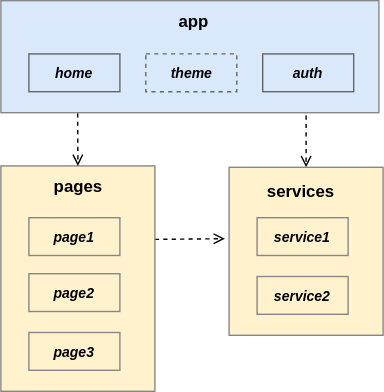
MalcomChumchouaPenda/Pigal-Flask keeps this draw.io diagram as docs/diagrams/pigal_project_architecture.drawio.svg. Above is the earlier version. Source tidied: cells renumbered, new cells last; positions are measured from the earlier drawing's top-left corner, leaving out a move shared by most shapes.
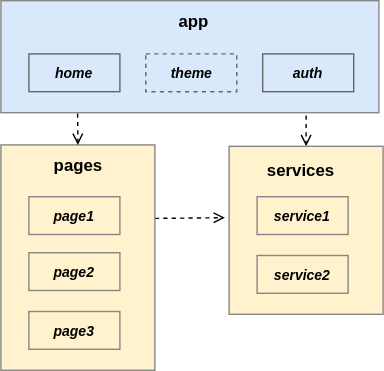
Above is the later version.

Change to the diagram source:
```diff
@@ -14,18 +14,16 @@
     <mxCell id="4" value="pages" style="text;html=1;strokeColor=none;fillColor=none;align=center;verticalAlign=middle;whiteSpace=wrap;rounded=0;fontStyle=1;fontSize=12;" parent="1" vertex="1">
       <mxGeometry x="30" y="118" width="51" height="30" as="geometry" />
     </mxCell>
-    <mxCell id="5" style="rounded=0;jettySize=auto;html=1;dashed=1;endArrow=open;endFill=0;fontSize=12;entryX=0.5;entryY=0;entryDx=0;entryDy=0;exitX=0.23;exitY=1.014;exitDx=0;exitDy=0;startArrow=none;startFill=0;exitPerimeter=0;edgeStyle=orthogonalEdgeStyle;" parent="1" edge="1" target="3">
-      <mxGeometry relative="1" as="geometry">
-        <mxPoint x="54.8" y="80.4" as="sourcePoint" />
-      </mxGeometry>
+    <mxCell id="5" style="rounded=0;jettySize=auto;html=1;dashed=1;endArrow=open;endFill=0;fontSize=12;entryX=0.5;entryY=0;entryDx=0;entryDy=0;startArrow=none;startFill=0;edgeStyle=orthogonalEdgeStyle;exitX=0.203;exitY=1.007;exitDx=0;exitDy=0;exitPerimeter=0;" parent="1" edge="1" source="7" target="3">
+      <mxGeometry relative="1" as="geometry" />
     </mxCell>
     <mxCell id="6" style="rounded=0;jettySize=auto;html=1;entryX=0.5;entryY=0;entryDx=0;entryDy=0;endArrow=open;endFill=0;dashed=1;startArrow=none;startFill=0;" parent="1" edge="1" target="8">
       <mxGeometry relative="1" as="geometry">
-        <mxPoint x="218" y="82" as="sourcePoint" />
+        <mxPoint x="218" y="97" as="sourcePoint" />
       </mxGeometry>
     </mxCell>
     <mxCell id="7" style="rounded=0;whiteSpace=wrap;html=1;fillColor=#dae8fc;fontStyle=1;fontSize=12;strokeColor=#878787;" parent="1" vertex="1">
-      <mxGeometry width="270" height="80" as="geometry" />
+      <mxGeometry y="15" width="270" height="80" as="geometry" />
     </mxCell>
     <mxCell id="8" style="rounded=0;whiteSpace=wrap;html=1;fillColor=#fff2cc;strokeColor=#878787;fontSize=12;" parent="1" vertex="1">
       <mxGeometry x="163" y="119" width="110" height="120" as="geometry" />
@@ -37,7 +35,7 @@
       <mxGeometry x="183" y="155" width="65" height="27" as="geometry" />
     </mxCell>
     <mxCell id="11" value="app" style="text;html=1;strokeColor=none;fillColor=none;align=center;verticalAlign=middle;whiteSpace=wrap;rounded=0;fontStyle=1;fontSize=12;" parent="1" vertex="1">
-      <mxGeometry x="120.2" width="35.5" height="30" as="geometry" />
+      <mxGeometry x="120.2" y="15" width="35.5" height="30" as="geometry" />
     </mxCell>
     <mxCell id="12" value="page1" style="rounded=0;whiteSpace=wrap;html=1;fillColor=none;fontStyle=3;fontSize=10;strokeColor=#878787;strokeWidth=1;" parent="1" vertex="1">
       <mxGeometry x="20" y="155" width="65" height="27" as="geometry" />
@@ -52,13 +50,13 @@
       <mxGeometry x="20" y="237" width="65" height="27" as="geometry" />
     </mxCell>
     <mxCell id="16" value="home" style="rounded=0;whiteSpace=wrap;html=1;fillColor=#dae8fc;fontStyle=3;fontSize=10;strokeColor=#666666;strokeWidth=1;" parent="1" vertex="1">
-      <mxGeometry x="20" y="38" width="65" height="27" as="geometry" />
+      <mxGeometry x="20" y="53" width="65" height="27" as="geometry" />
     </mxCell>
     <mxCell id="17" value="auth" style="rounded=0;whiteSpace=wrap;html=1;fillColor=#dae8fc;fontStyle=3;fontSize=10;strokeColor=#666666;strokeWidth=1;" parent="1" vertex="1">
-      <mxGeometry x="187" y="38" width="65" height="27" as="geometry" />
+      <mxGeometry x="187" y="53" width="65" height="27" as="geometry" />
     </mxCell>
     <mxCell id="18" value="theme" style="rounded=0;whiteSpace=wrap;html=1;fillColor=#dae8fc;fontStyle=3;fontSize=10;strokeColor=#666666;strokeWidth=1;dashed=1;" parent="1" vertex="1">
-      <mxGeometry x="103.5" y="38" width="65" height="27" as="geometry" />
+      <mxGeometry x="103.5" y="53" width="65" height="27" as="geometry" />
     </mxCell>
   </root>
 </mxGraphModel>
```
